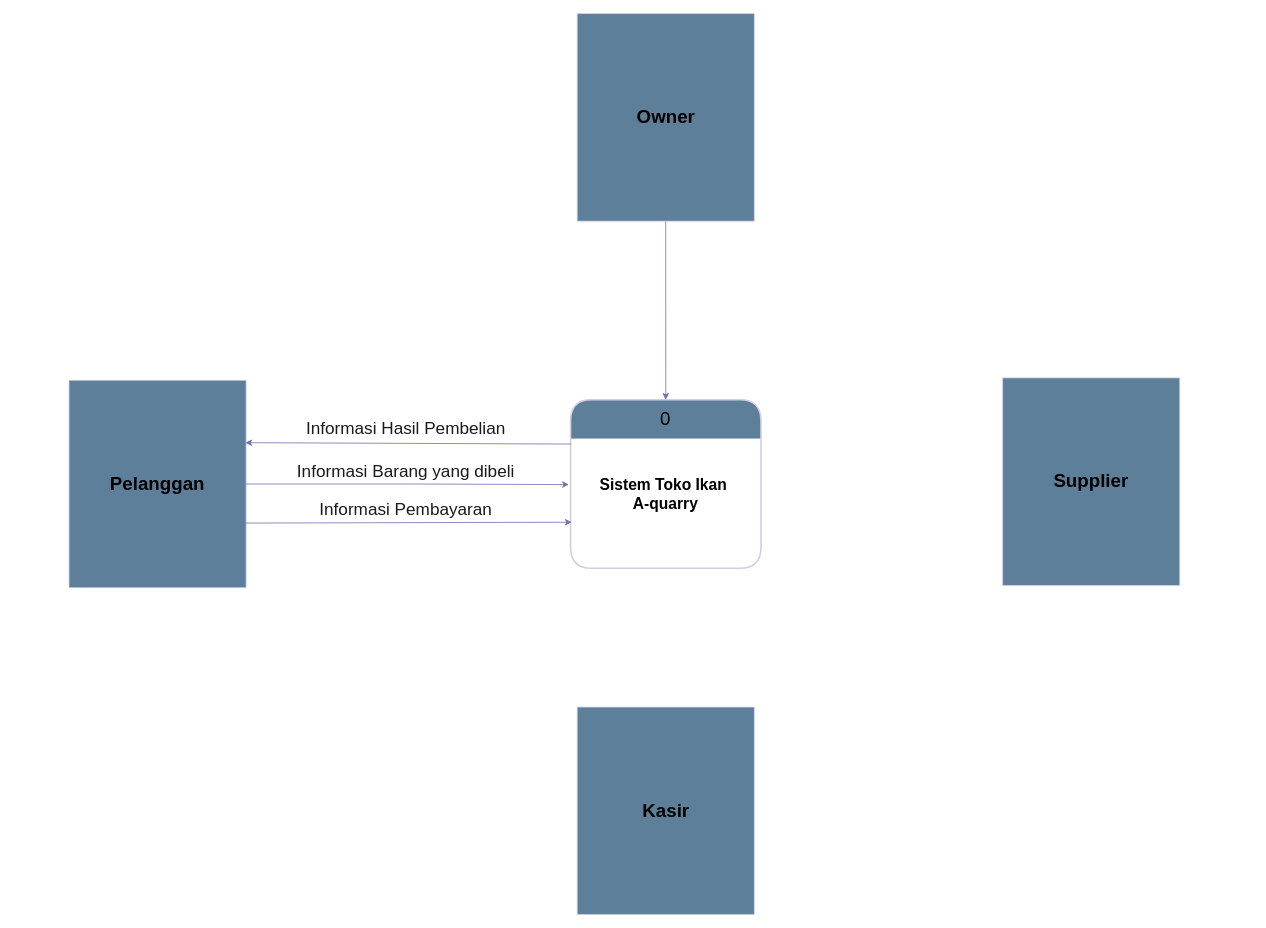
Before: Context Level.drawio in shinoaaa/DFD, a draw.io diagram. Source tidied: cells renumbered, new cells numbered last; positions are measured from the earlier drawing's top-left corner, leaving out a move shared by most shapes. Both pictures are drawn from the tidied source at 78%, with x=0, y=0 at pixel (69, 13).
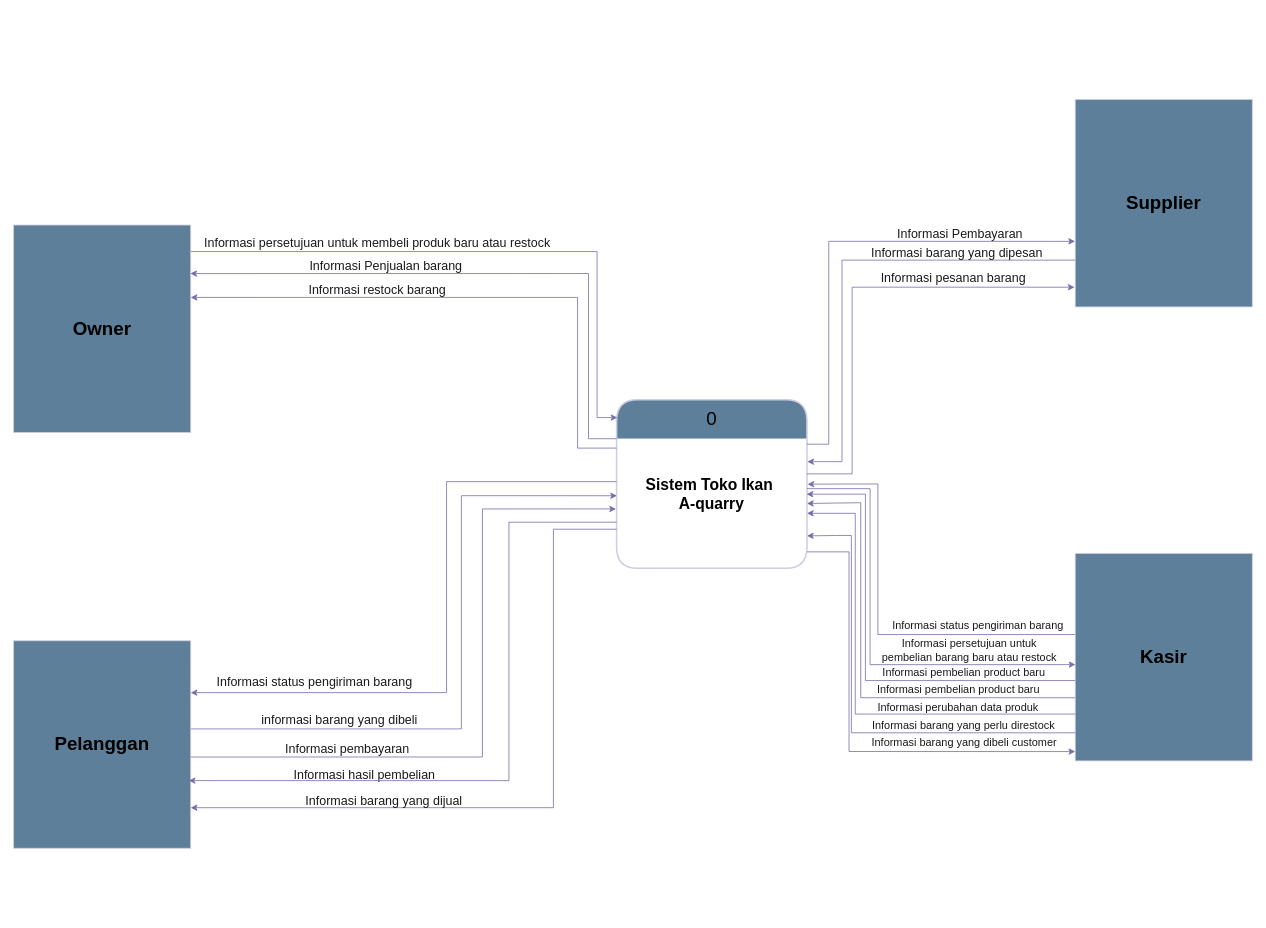
Above is the later version.

The change refers to these unchanged cells:
```xml
<mxCell id="3" value="&lt;h2 style=&quot;&quot;&gt;&lt;font style=&quot;color: light-dark(rgb(0, 0, 0), rgb(0, 0, 0)); font-size: 20px;&quot;&gt;&lt;br&gt;&lt;/font&gt;&lt;span style=&quot;color: light-dark(rgb(0, 0, 0), rgb(0, 0, 0)); font-size: 20px; background-color: transparent;&quot;&gt;Sistem Toko Ikan&amp;nbsp;&lt;br&gt;&lt;/span&gt;&lt;font style=&quot;color: light-dark(rgb(0, 0, 0), rgb(0, 0, 0)); font-size: 20px;&quot;&gt;A-quarry&lt;/font&gt;&lt;/h2&gt;" style="align=center;strokeColor=none;fillColor=none;spacingLeft=4;spacingRight=4;fontSize=12;verticalAlign=top;html=1;whiteSpace=wrap;labelBackgroundColor=none;fontColor=#1A1A1A;" parent="2" vertex="1">
  <mxGeometry y="50" width="244.1" height="166" as="geometry" />
</mxCell>
```

Diff of the diagram source:
```diff
@@
     <mxCell id="2" value="&lt;font style=&quot;font-size: 24px; color: light-dark(rgb(0, 0, 0), rgb(255, 255, 255));&quot;&gt;0&lt;/font&gt;" style="swimlane;horizontal=1;startSize=50;rounded=1;fontSize=14;fontStyle=0;strokeWidth=2;shadow=0;dashed=0;align=center;arcSize=18;whiteSpace=wrap;html=1;fillColor=light-dark(#5D7F99,#0066CC);strokeColor=#D0CEE2;fontColor=#1A1A1A;glass=0;swimlaneLine=0;swimlaneFillColor=light-dark(#FFFFFF,#99CCFF);labelBackgroundColor=none;" parent="1" vertex="1">
-      <mxGeometry x="643" y="495" width="244.1" height="216" as="geometry" />
+      <mxGeometry x="702" y="495" width="244.1" height="216" as="geometry" />
     </mxCell>
@@
+    <mxCell id="15" style="edgeStyle=orthogonalEdgeStyle;rounded=0;jettySize=auto;html=1;entryX=0.002;entryY=0.44;entryDx=0;entryDy=0;strokeColor=#736CA8;fontColor=#1A1A1A;exitX=0.982;exitY=0.304;exitDx=0;exitDy=0;exitPerimeter=0;entryPerimeter=0;" parent="1" edge="1" source="4" target="3">
+      <mxGeometry relative="1" as="geometry">
+        <Array as="points">
+          <mxPoint x="152" y="917" />
+          <mxPoint x="503" y="917" />
+          <mxPoint x="503" y="618" />
+        </Array>
+      </mxGeometry>
+    </mxCell>
     <mxCell id="4" value="&lt;h2&gt;&lt;font style=&quot;font-size: 24px; color: light-dark(rgb(0, 0, 0), rgb(5, 5, 5));&quot;&gt;Pelanggan&lt;/font&gt;&lt;/h2&gt;" style="rounded=0;whiteSpace=wrap;html=1;fillColor=light-dark(#5D7F99,#99CCFF);strokeColor=#D0CEE2;labelBackgroundColor=none;fontColor=#1A1A1A;" parent="1" vertex="1">
-      <mxGeometry y="470" width="227" height="266" as="geometry" />
+      <mxGeometry x="-71" y="804" width="227" height="266" as="geometry" />
     </mxCell>
+    <mxCell id="16" style="edgeStyle=orthogonalEdgeStyle;rounded=0;jettySize=auto;html=1;entryX=1.003;entryY=0.351;entryDx=0;entryDy=0;strokeColor=#736CA8;fontColor=#1A1A1A;entryPerimeter=0;" parent="1" edge="1" source="5" target="3">
+      <mxGeometry relative="1" as="geometry">
+        <Array as="points">
+          <mxPoint x="1037" y="796" />
+          <mxPoint x="1037" y="603" />
+          <mxPoint x="995" y="603" />
+        </Array>
+      </mxGeometry>
+    </mxCell>
     <mxCell id="5" value="&lt;h2&gt;&lt;font style=&quot;font-size: 24px; color: light-dark(rgb(0, 0, 0), rgb(5, 5, 5));&quot;&gt;Kasir&lt;/font&gt;&lt;/h2&gt;" style="rounded=0;whiteSpace=wrap;html=1;fillColor=light-dark(#5D7F99,#99CCFF);strokeColor=#D0CEE2;labelBackgroundColor=none;fontColor=#1A1A1A;" parent="1" vertex="1">
-      <mxGeometry x="651.5" y="889" width="227" height="266" as="geometry" />
+      <mxGeometry x="1290" y="692" width="227" height="266" as="geometry" />
     </mxCell>
-    <mxCell id="6" style="edgeStyle=orthogonalEdgeStyle;rounded=0;jettySize=auto;html=1;entryX=0.5;entryY=0;entryDx=0;entryDy=0;labelBackgroundColor=none;strokeColor=#736CA8;fontColor=default;" parent="1" edge="1" source="7" target="2">
-      <mxGeometry relative="1" as="geometry" />
+    <mxCell id="6" style="edgeStyle=orthogonalEdgeStyle;rounded=0;jettySize=auto;html=1;entryX=0.004;entryY=0.106;entryDx=0;entryDy=0;strokeColor=#736CA8;fontColor=#1A1A1A;entryPerimeter=0;" parent="1" edge="1" source="7" target="2">
+      <mxGeometry relative="1" as="geometry">
+        <Array as="points">
+          <mxPoint x="677" y="305" />
+          <mxPoint x="677" y="518" />
+        </Array>
+      </mxGeometry>
     </mxCell>
     <mxCell id="7" value="&lt;h2&gt;&lt;font style=&quot;font-size: 24px; color: light-dark(rgb(0, 0, 0), rgb(5, 5, 5));&quot;&gt;Owner&lt;/font&gt;&lt;/h2&gt;" style="rounded=0;whiteSpace=wrap;html=1;fillColor=light-dark(#5D7F99,#99CCFF);strokeColor=#D0CEE2;labelBackgroundColor=none;fontColor=#1A1A1A;" parent="1" vertex="1">
-      <mxGeometry x="651.5" width="227" height="266" as="geometry" />
+      <mxGeometry x="-71" y="271" width="227" height="266" as="geometry" />
     </mxCell>
     <mxCell id="8" value="&lt;h2&gt;&lt;font style=&quot;font-size: 24px; color: light-dark(rgb(0, 0, 0), rgb(5, 5, 5));&quot;&gt;Supplier&lt;/font&gt;&lt;/h2&gt;" style="rounded=0;whiteSpace=wrap;html=1;fillColor=light-dark(#5D7F99,#99CCFF);strokeColor=#D0CEE2;labelBackgroundColor=none;fontColor=#1A1A1A;" parent="1" vertex="1">
-      <mxGeometry x="1197" y="467" width="227" height="266" as="geometry" />
+      <mxGeometry x="1290" y="110" width="227" height="266" as="geometry" />
     </mxCell>
-    <mxCell id="9" style="edgeStyle=orthogonalEdgeStyle;rounded=0;jettySize=auto;html=1;entryX=-0.009;entryY=0.354;entryDx=0;entryDy=0;entryPerimeter=0;strokeColor=#736CA8;fontColor=#1A1A1A;" parent="1" edge="1" source="4" target="3">
-      <mxGeometry relative="1" as="geometry" />
+    <mxCell id="9" style="edgeStyle=orthogonalEdgeStyle;rounded=0;jettySize=auto;html=1;entryX=-0.003;entryY=0.542;entryDx=0;entryDy=0;entryPerimeter=0;strokeColor=#736CA8;fontColor=#1A1A1A;" parent="1" edge="1" source="4" target="3">
+      <mxGeometry relative="1" as="geometry">
+        <Array as="points">
+          <mxPoint x="530" y="953" />
+          <mxPoint x="530" y="635" />
+        </Array>
+      </mxGeometry>
     </mxCell>
-    <mxCell id="10" value="&lt;font&gt;Informasi Barang yang dibeli&lt;/font&gt;" style="text;html=1;whiteSpace=wrap;strokeColor=none;fillColor=none;align=center;verticalAlign=middle;rounded=0;fontColor=light-dark(#1A1A1A,#0E0E0E);fontSize=22;" parent="1" vertex="1">
-      <mxGeometry x="265" y="573" width="334" height="30" as="geometry" />
+    <mxCell id="10" value="&lt;font&gt;informasi barang yang dibeli&lt;/font&gt;" style="text;html=1;whiteSpace=wrap;strokeColor=none;fillColor=none;align=center;verticalAlign=middle;rounded=0;fontColor=light-dark(#1A1A1A,#0E0E0E);fontSize=16;" parent="1" vertex="1">
+      <mxGeometry x="180" y="890" width="334" height="30" as="geometry" />
     </mxCell>
-    <mxCell id="11" style="endArrow=classic;html=1;rounded=0;strokeColor=#736CA8;fontColor=#1A1A1A;exitX=0.996;exitY=0.643;exitDx=0;exitDy=0;exitPerimeter=0;entryX=0.006;entryY=0.572;entryDx=0;entryDy=0;entryPerimeter=0;" parent="1" edge="1">
-      <mxGeometry relative="1" as="geometry">
-        <mxPoint x="226.1" y="653.1" as="sourcePoint" />
-        <mxPoint x="644.5" y="652" as="targetPoint" />
-      </mxGeometry>
-    </mxCell>
-    <mxCell id="12" value="&lt;font&gt;Informasi Pembayaran&lt;/font&gt;" style="text;html=1;whiteSpace=wrap;strokeColor=none;fillColor=none;align=center;verticalAlign=middle;rounded=0;fontColor=light-dark(#1A1A1A,#0E0E0E);fontSize=22;" parent="1" vertex="1">
-      <mxGeometry x="265" y="621" width="334" height="30" as="geometry" />
+    <mxCell id="12" value="&lt;font&gt;Informasi pembayaran&lt;/font&gt;" style="text;html=1;whiteSpace=wrap;strokeColor=none;fillColor=none;align=center;verticalAlign=middle;rounded=0;fontColor=light-dark(#1A1A1A,#0E0E0E);fontSize=16;" parent="1" vertex="1">
+      <mxGeometry x="190" y="934" width="334" height="16" as="geometry" />
     </mxCell>
-    <mxCell id="13" style="endArrow=classic;html=1;rounded=0;strokeColor=#736CA8;fontColor=#1A1A1A;entryX=0.996;entryY=0.301;entryDx=0;entryDy=0;entryPerimeter=0;exitX=0.003;exitY=0.041;exitDx=0;exitDy=0;exitPerimeter=0;" parent="1" edge="1" source="3" target="4">
-      <mxGeometry relative="1" as="geometry" />
-    </mxCell>
-    <mxCell id="14" value="&lt;font&gt;Informasi Hasil Pembelian&lt;/font&gt;" style="text;html=1;whiteSpace=wrap;strokeColor=none;fillColor=none;align=center;verticalAlign=middle;rounded=0;fontColor=light-dark(#1A1A1A,#0E0E0E);fontSize=22;" parent="1" vertex="1">
-      <mxGeometry x="265" y="517" width="334" height="30" as="geometry" />
+    <mxCell id="14" value="&lt;font&gt;Informasi hasil pembelian&lt;/font&gt;" style="text;html=1;whiteSpace=wrap;strokeColor=none;fillColor=none;align=center;verticalAlign=middle;rounded=0;fontColor=light-dark(#1A1A1A,#0E0E0E);fontSize=16;" parent="1" vertex="1">
+      <mxGeometry x="212" y="967" width="334" height="17" as="geometry" />
     </mxCell>
+    <mxCell id="17" style="edgeStyle=orthogonalEdgeStyle;rounded=0;jettySize=auto;html=1;entryX=0.989;entryY=0.674;entryDx=0;entryDy=0;strokeColor=#736CA8;fontColor=#1A1A1A;entryPerimeter=0;" parent="1" edge="1" source="3" target="4">
+      <mxGeometry relative="1" as="geometry">
+        <Array as="points">
+          <mxPoint x="564" y="652" />
+          <mxPoint x="564" y="983" />
+        </Array>
+      </mxGeometry>
+    </mxCell>
+    <mxCell id="18" style="edgeStyle=orthogonalEdgeStyle;rounded=0;jettySize=auto;html=1;strokeColor=#736CA8;fontColor=#1A1A1A;" parent="1" edge="1" source="3" target="4">
+      <mxGeometry relative="1" as="geometry">
+        <Array as="points">
+          <mxPoint x="621" y="661" />
+          <mxPoint x="621" y="1018" />
+        </Array>
+      </mxGeometry>
+    </mxCell>
+    <mxCell id="19" value="&lt;font&gt;Informasi barang yang dijual&lt;/font&gt;" style="text;html=1;whiteSpace=wrap;strokeColor=none;fillColor=none;align=center;verticalAlign=middle;rounded=0;fontColor=light-dark(#1A1A1A,#0E0E0E);fontSize=16;" parent="1" vertex="1">
+      <mxGeometry x="237" y="1001" width="334" height="16" as="geometry" />
+    </mxCell>
+    <mxCell id="20" style="edgeStyle=orthogonalEdgeStyle;rounded=0;jettySize=auto;html=1;entryX=0;entryY=0.955;entryDx=0;entryDy=0;strokeColor=#736CA8;fontColor=#1A1A1A;entryPerimeter=0;" parent="1" edge="1" source="3" target="5">
+      <mxGeometry relative="1" as="geometry">
+        <Array as="points">
+          <mxPoint x="1000" y="690" />
+          <mxPoint x="1000" y="946" />
+        </Array>
+      </mxGeometry>
+    </mxCell>
+    <mxCell id="21" style="edgeStyle=orthogonalEdgeStyle;rounded=0;jettySize=auto;html=1;entryX=1;entryY=0.75;entryDx=0;entryDy=0;strokeColor=#736CA8;fontColor=#1A1A1A;" parent="1" edge="1" source="5" target="3">
+      <mxGeometry relative="1" as="geometry">
+        <Array as="points">
+          <mxPoint x="1003" y="922" />
+          <mxPoint x="1003" y="669" />
+          <mxPoint x="984" y="669" />
+        </Array>
+      </mxGeometry>
+    </mxCell>
+    <mxCell id="22" value="&lt;font&gt;Informasi barang yang perlu direstock&lt;br&gt;&lt;/font&gt;" style="text;html=1;whiteSpace=wrap;strokeColor=none;fillColor=none;align=center;verticalAlign=middle;rounded=0;fontColor=light-dark(#1A1A1A,#0E0E0E);fontSize=14;" parent="1" vertex="1">
+      <mxGeometry x="1025" y="897" width="244" height="30" as="geometry" />
+    </mxCell>
+    <mxCell id="23" value="&lt;font&gt;Informasi barang yang dibeli customer&lt;br&gt;&lt;/font&gt;" style="text;html=1;whiteSpace=wrap;strokeColor=none;fillColor=none;align=center;verticalAlign=middle;rounded=0;fontColor=light-dark(#1A1A1A,#0E0E0E);fontSize=14;" parent="1" vertex="1">
+      <mxGeometry x="1026" y="920" width="244" height="30" as="geometry" />
+    </mxCell>
+    <mxCell id="24" style="edgeStyle=orthogonalEdgeStyle;rounded=0;jettySize=auto;html=1;entryX=1;entryY=0.576;entryDx=0;entryDy=0;entryPerimeter=0;strokeColor=#736CA8;fontColor=#1A1A1A;" parent="1" edge="1" source="5" target="3">
+      <mxGeometry relative="1" as="geometry">
+        <Array as="points">
+          <mxPoint x="1008" y="898" />
+          <mxPoint x="1008" y="641" />
+        </Array>
+      </mxGeometry>
+    </mxCell>
+    <mxCell id="25" value="&lt;font&gt;Informasi perubahan data produk&lt;br&gt;&lt;/font&gt;" style="text;html=1;whiteSpace=wrap;strokeColor=none;fillColor=none;align=center;verticalAlign=middle;rounded=0;fontColor=light-dark(#1A1A1A,#0E0E0E);fontSize=14;" parent="1" vertex="1">
+      <mxGeometry x="1018" y="875" width="244" height="30" as="geometry" />
+    </mxCell>
+    <mxCell id="26" style="edgeStyle=orthogonalEdgeStyle;rounded=0;jettySize=auto;html=1;entryX=1;entryY=0.5;entryDx=0;entryDy=0;strokeColor=#736CA8;fontColor=#1A1A1A;" parent="1" edge="1" source="5" target="3">
+      <mxGeometry relative="1" as="geometry">
+        <Array as="points">
+          <mxPoint x="1015" y="877" />
+          <mxPoint x="1015" y="627" />
+          <mxPoint x="946" y="627" />
+        </Array>
+      </mxGeometry>
+    </mxCell>
+    <mxCell id="27" value="&lt;font&gt;Informasi pembelian product baru&lt;br&gt;&lt;/font&gt;" style="text;html=1;whiteSpace=wrap;strokeColor=none;fillColor=none;align=center;verticalAlign=middle;rounded=0;fontColor=light-dark(#1A1A1A,#0E0E0E);fontSize=14;" parent="1" vertex="1">
+      <mxGeometry x="1026" y="859" width="229" height="16" as="geometry" />
+    </mxCell>
+    <mxCell id="28" value="&lt;font&gt;Informasi pembelian product baru&lt;br&gt;&lt;/font&gt;" style="text;html=1;whiteSpace=wrap;strokeColor=none;fillColor=none;align=center;verticalAlign=middle;rounded=0;fontColor=light-dark(#1A1A1A,#0E0E0E);fontSize=14;" parent="1" vertex="1">
+      <mxGeometry x="1032.5" y="837" width="229" height="16" as="geometry" />
+    </mxCell>
+    <mxCell id="29" style="edgeStyle=orthogonalEdgeStyle;rounded=0;jettySize=auto;html=1;entryX=0.998;entryY=0.428;entryDx=0;entryDy=0;entryPerimeter=0;strokeColor=#736CA8;fontColor=#1A1A1A;" parent="1" edge="1" source="5" target="3">
+      <mxGeometry relative="1" as="geometry">
+        <Array as="points">
+          <mxPoint x="1021" y="855" />
+          <mxPoint x="1021" y="616" />
+        </Array>
+      </mxGeometry>
+    </mxCell>
+    <mxCell id="30" style="edgeStyle=orthogonalEdgeStyle;rounded=0;jettySize=auto;html=1;entryX=0.001;entryY=0.536;entryDx=0;entryDy=0;entryPerimeter=0;strokeColor=#736CA8;fontColor=#1A1A1A;" parent="1" edge="1" source="3" target="5">
+      <mxGeometry relative="1" as="geometry">
+        <Array as="points">
+          <mxPoint x="1027" y="609" />
+          <mxPoint x="1027" y="835" />
+        </Array>
+      </mxGeometry>
+    </mxCell>
+    <mxCell id="31" value="&lt;font&gt;Informasi persetujuan untuk pembelian barang baru atau restock&lt;br&gt;&lt;/font&gt;" style="text;html=1;whiteSpace=wrap;strokeColor=none;fillColor=none;align=center;verticalAlign=middle;rounded=0;fontColor=light-dark(#1A1A1A,#0E0E0E);fontSize=14;" parent="1" vertex="1">
+      <mxGeometry x="1040" y="808" width="229" height="16" as="geometry" />
+    </mxCell>
+    <mxCell id="32" value="&lt;font&gt;Informasi status pengiriman barang&lt;br&gt;&lt;/font&gt;" style="text;html=1;whiteSpace=wrap;strokeColor=none;fillColor=none;align=center;verticalAlign=middle;rounded=0;fontColor=light-dark(#1A1A1A,#0E0E0E);fontSize=14;" parent="1" vertex="1">
+      <mxGeometry x="1051" y="776" width="229" height="16" as="geometry" />
+    </mxCell>
+    <mxCell id="33" style="edgeStyle=orthogonalEdgeStyle;rounded=0;jettySize=auto;html=1;entryX=1;entryY=0.25;entryDx=0;entryDy=0;strokeColor=#736CA8;fontColor=#1A1A1A;" parent="1" edge="1" source="3" target="4">
+      <mxGeometry relative="1" as="geometry">
+        <Array as="points">
+          <mxPoint x="484" y="600" />
+          <mxPoint x="484" y="871" />
+        </Array>
+      </mxGeometry>
+    </mxCell>
+    <mxCell id="34" value="&lt;font&gt;Informasi status pengiriman barang&lt;br&gt;&lt;/font&gt;" style="text;html=1;whiteSpace=wrap;strokeColor=none;fillColor=none;align=center;verticalAlign=middle;rounded=0;fontColor=light-dark(#1A1A1A,#0E0E0E);fontSize=16;" parent="1" vertex="1">
+      <mxGeometry x="185" y="848" width="260" height="16" as="geometry" />
+    </mxCell>
+    <mxCell id="35" value="&lt;font&gt;Informasi persetujuan untuk membeli produk baru atau restock&lt;br&gt;&lt;/font&gt;" style="text;html=1;whiteSpace=wrap;strokeColor=none;fillColor=none;align=center;verticalAlign=middle;rounded=0;fontColor=light-dark(#1A1A1A,#0E0E0E);fontSize=16;" parent="1" vertex="1">
+      <mxGeometry x="169" y="286" width="453" height="16" as="geometry" />
+    </mxCell>
+    <mxCell id="36" style="edgeStyle=orthogonalEdgeStyle;rounded=0;jettySize=auto;html=1;entryX=0.998;entryY=0.234;entryDx=0;entryDy=0;entryPerimeter=0;strokeColor=#736CA8;fontColor=#1A1A1A;exitX=0;exitY=0;exitDx=0;exitDy=0;" parent="1" edge="1" source="3" target="7">
+      <mxGeometry relative="1" as="geometry">
+        <Array as="points">
+          <mxPoint x="666" y="545" />
+          <mxPoint x="666" y="333" />
+        </Array>
+      </mxGeometry>
+    </mxCell>
+    <mxCell id="37" value="&lt;font&gt;Informasi Penjualan barang&lt;br&gt;&lt;/font&gt;" style="text;html=1;whiteSpace=wrap;strokeColor=none;fillColor=none;align=center;verticalAlign=middle;rounded=0;fontColor=light-dark(#1A1A1A,#0E0E0E);fontSize=16;" parent="1" vertex="1">
+      <mxGeometry x="180" y="315" width="453" height="16" as="geometry" />
+    </mxCell>
+    <mxCell id="38" style="edgeStyle=orthogonalEdgeStyle;rounded=0;jettySize=auto;html=1;entryX=1;entryY=0.349;entryDx=0;entryDy=0;entryPerimeter=0;strokeColor=#736CA8;fontColor=#1A1A1A;" parent="1" edge="1" source="3" target="7">
+      <mxGeometry relative="1" as="geometry">
+        <Array as="points">
+          <mxPoint x="652" y="557" />
+          <mxPoint x="652" y="364" />
+        </Array>
+      </mxGeometry>
+    </mxCell>
+    <mxCell id="39" value="&lt;font&gt;Informasi restock barang&lt;br&gt;&lt;/font&gt;" style="text;html=1;whiteSpace=wrap;strokeColor=none;fillColor=none;align=center;verticalAlign=middle;rounded=0;fontColor=light-dark(#1A1A1A,#0E0E0E);fontSize=16;" parent="1" vertex="1">
+      <mxGeometry x="249" y="346" width="293" height="16" as="geometry" />
+    </mxCell>
+    <mxCell id="40" style="edgeStyle=orthogonalEdgeStyle;rounded=0;jettySize=auto;html=1;entryX=-0.004;entryY=0.905;entryDx=0;entryDy=0;entryPerimeter=0;strokeColor=#736CA8;fontColor=#1A1A1A;" parent="1" edge="1" source="2" target="8">
+      <mxGeometry relative="1" as="geometry">
+        <Array as="points">
+          <mxPoint x="1004" y="590" />
+          <mxPoint x="1004" y="351" />
+        </Array>
+      </mxGeometry>
+    </mxCell>
+    <mxCell id="41" value="&lt;font&gt;Informasi pesanan barang&lt;br&gt;&lt;/font&gt;" style="text;html=1;whiteSpace=wrap;strokeColor=none;fillColor=none;align=center;verticalAlign=middle;rounded=0;fontColor=light-dark(#1A1A1A,#0E0E0E);fontSize=16;" parent="1" vertex="1">
+      <mxGeometry x="1032.5" y="331" width="202" height="16" as="geometry" />
+    </mxCell>
+    <mxCell id="42" style="edgeStyle=orthogonalEdgeStyle;rounded=0;jettySize=auto;html=1;entryX=1.002;entryY=0.177;entryDx=0;entryDy=0;entryPerimeter=0;strokeColor=#736CA8;fontColor=#1A1A1A;" parent="1" edge="1" source="8" target="3">
+      <mxGeometry relative="1" as="geometry">
+        <Array as="points">
+          <mxPoint x="991" y="316" />
+          <mxPoint x="991" y="574" />
+        </Array>
+      </mxGeometry>
+    </mxCell>
+    <mxCell id="43" value="&lt;font&gt;Informasi barang yang dipesan&lt;/font&gt;" style="text;html=1;whiteSpace=wrap;strokeColor=none;fillColor=none;align=center;verticalAlign=middle;rounded=0;fontColor=light-dark(#1A1A1A,#0E0E0E);fontSize=16;" parent="1" vertex="1">
+      <mxGeometry x="1025" y="299" width="226.5" height="16" as="geometry" />
+    </mxCell>
+    <mxCell id="44" style="edgeStyle=orthogonalEdgeStyle;rounded=0;jettySize=auto;html=1;entryX=-0.001;entryY=0.684;entryDx=0;entryDy=0;entryPerimeter=0;strokeColor=#736CA8;fontColor=#1A1A1A;" parent="1" edge="1" source="3" target="8">
+      <mxGeometry relative="1" as="geometry">
+        <Array as="points">
+          <mxPoint x="974" y="552" />
+          <mxPoint x="974" y="292" />
+        </Array>
+      </mxGeometry>
+    </mxCell>
+    <mxCell id="45" value="&lt;font&gt;Informasi Pembayaran&lt;/font&gt;" style="text;html=1;whiteSpace=wrap;strokeColor=none;fillColor=none;align=center;verticalAlign=middle;rounded=0;fontColor=light-dark(#1A1A1A,#0E0E0E);fontSize=16;" parent="1" vertex="1">
+      <mxGeometry x="1028.5" y="274" width="226.5" height="16" as="geometry" />
+    </mxCell>
```
